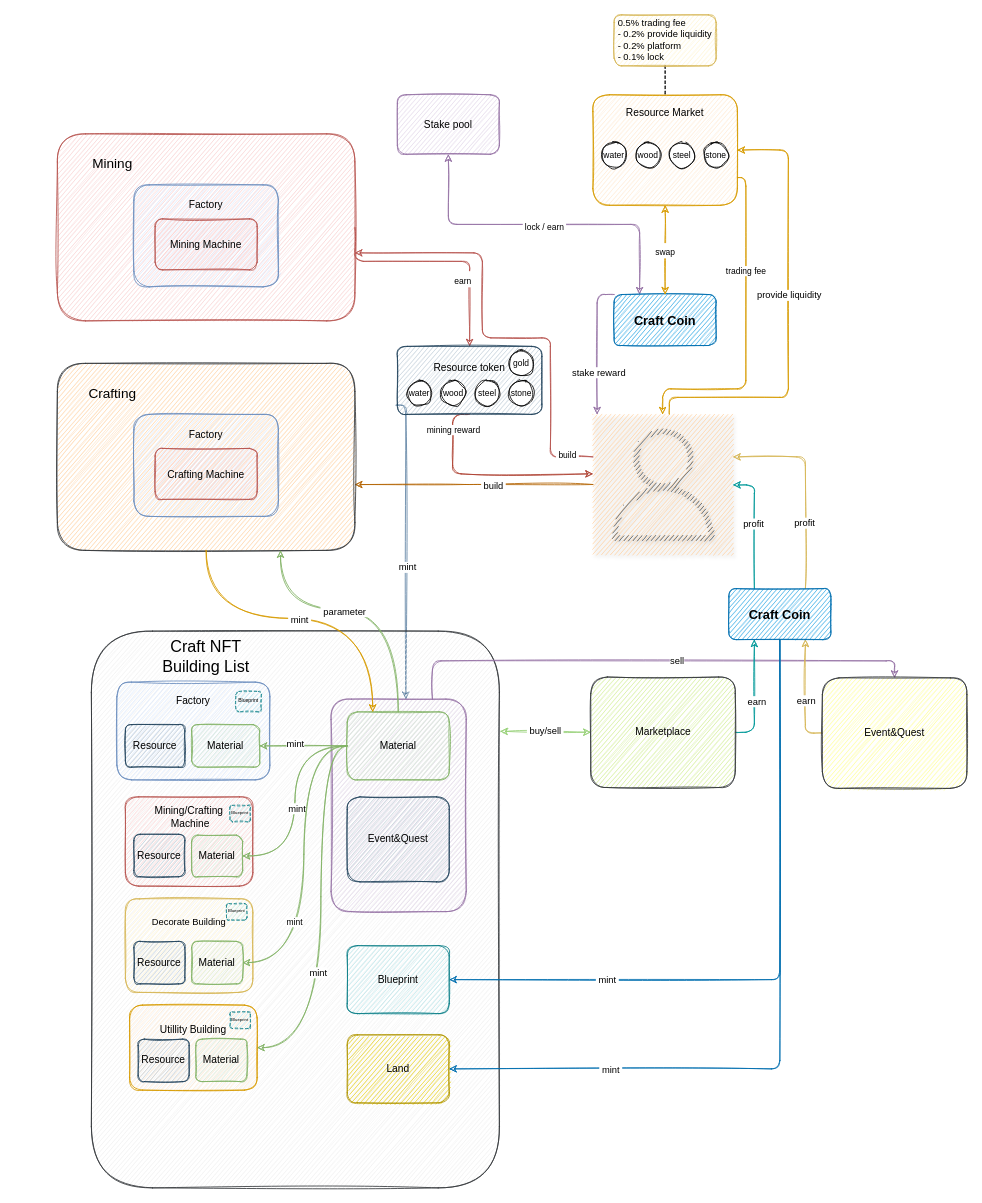
Above: Craft Defi Ecosystem.drawio in memberteen/craftdefi-ecosystem (draw.io), before the change. Source tidied: cells renumbered, new cells numbered last; positions are measured from the earlier drawing's top-left corner, leaving out a move shared by most shapes. Both pictures are drawn from the tidied source at 85%, with x=0, y=0 at pixel (57, 14).
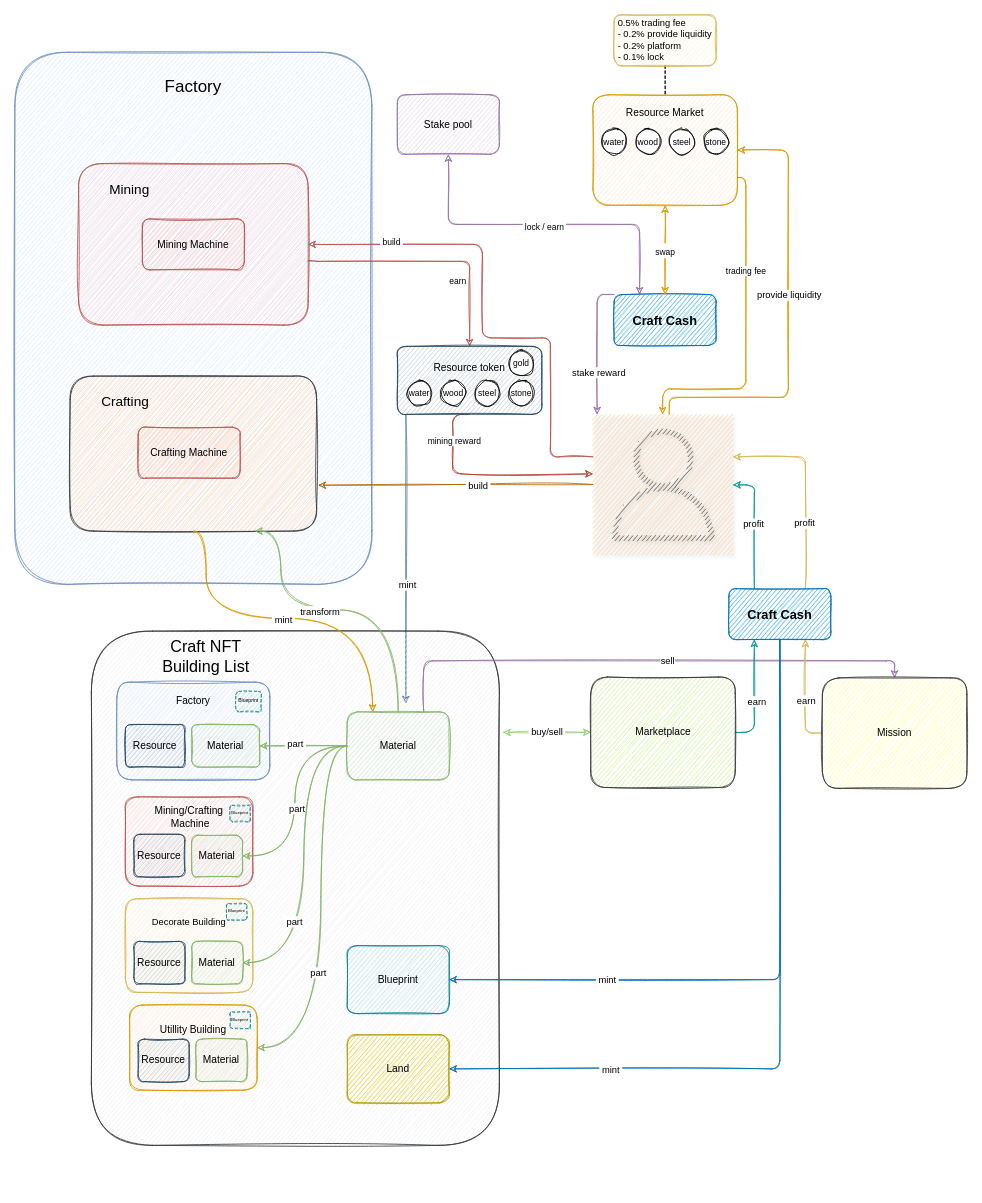
After the change.

Unchanged cells that the change refers to:
```xml
<mxCell id="12" style="sketch=1;outlineConnect=0;strokeColor=#36393d;fillColor=#ffcc99;dashed=0;verticalLabelPosition=bottom;verticalAlign=top;align=center;html=1;fontSize=12;fontStyle=0;shape=mxgraph.aws4.resourceIcon;resIcon=mxgraph.aws4.user;shadow=1;rounded=1;" parent="1" vertex="1">
  <mxGeometry x="630" y="470" width="165" height="165" as="geometry" />
</mxCell>
<mxCell id="32" style="edgeStyle=orthogonalEdgeStyle;rounded=1;jettySize=auto;html=1;exitX=0.5;exitY=1;exitDx=0;exitDy=0;fontSize=16;startArrow=none;startFill=0;fillColor=#fad9d5;strokeColor=#ae4132;sketch=1;" parent="1" edge="1" source="91" target="12">
  <mxGeometry relative="1" as="geometry">
    <Array as="points">
      <mxPoint x="465" y="540" />
    </Array>
  </mxGeometry>
</mxCell>
<mxCell id="53" style="edgeStyle=orthogonalEdgeStyle;rounded=1;jettySize=auto;html=1;exitX=0;exitY=0.5;exitDx=0;exitDy=0;entryX=1;entryY=0.5;entryDx=0;entryDy=0;fontSize=11;startArrow=none;startFill=0;endArrow=classic;endFill=1;strokeColor=#82b366;fillColor=#d5e8d4;curved=1;sketch=1;" parent="1" edge="1" source="63" target="41">
  <mxGeometry relative="1" as="geometry" />
</mxCell>
<mxCell id="55" style="edgeStyle=orthogonalEdgeStyle;curved=1;rounded=1;jettySize=auto;html=1;exitX=0.5;exitY=0;exitDx=0;exitDy=0;entryX=0.75;entryY=1;entryDx=0;entryDy=0;fontSize=11;startArrow=none;startFill=0;endArrow=classic;endFill=1;strokeColor=#82b366;fillColor=#d5e8d4;sketch=1;" parent="1" edge="1" source="63" target="46">
  <mxGeometry relative="1" as="geometry">
    <Array as="points">
      <mxPoint x="401" y="700" />
      <mxPoint x="263" y="700" />
    </Array>
  </mxGeometry>
</mxCell>
<mxCell id="57" style="rounded=1;jettySize=auto;html=1;exitX=0;exitY=0.5;exitDx=0;exitDy=0;entryX=1;entryY=0.5;entryDx=0;entryDy=0;edgeStyle=orthogonalEdgeStyle;curved=1;fillColor=#d5e8d4;strokeColor=#82b366;sketch=1;" parent="1" edge="1" source="63" target="82">
  <mxGeometry relative="1" as="geometry">
    <Array as="points">
      <mxPoint x="310" y="860" />
      <mxPoint x="310" y="1215" />
    </Array>
  </mxGeometry>
</mxCell>
<mxCell id="59" style="edgeStyle=orthogonalEdgeStyle;rounded=1;jettySize=auto;html=1;exitX=0;exitY=0.5;exitDx=0;exitDy=0;entryX=1;entryY=0.5;entryDx=0;entryDy=0;fillColor=#d5e8d4;strokeColor=#82b366;sketch=1;" parent="1" edge="1" source="63" target="38">
  <mxGeometry relative="1" as="geometry" />
</mxCell>
<mxCell id="61" style="edgeStyle=orthogonalEdgeStyle;rounded=1;jettySize=auto;html=1;exitX=0;exitY=0.5;exitDx=0;exitDy=0;entryX=1;entryY=0.5;entryDx=0;entryDy=0;fontSize=5;curved=1;fillColor=#d5e8d4;strokeColor=#82b366;sketch=1;" parent="1" edge="1" source="63" target="44">
  <mxGeometry relative="1" as="geometry">
    <Array as="points">
      <mxPoint x="290" y="860" />
      <mxPoint x="290" y="1115" />
    </Array>
  </mxGeometry>
</mxCell>
<mxCell id="63" value="Material" style="rounded=1;whiteSpace=wrap;html=1;fillColor=#d5e8d4;strokeColor=#82b366;sketch=1;" parent="1" vertex="1">
  <mxGeometry x="341" y="820" width="120" height="80" as="geometry" />
</mxCell>
<mxCell id="72" value="Marketplace" style="rounded=1;whiteSpace=wrap;html=1;fillColor=#cdeb8b;strokeColor=#36393d;sketch=1;" parent="1" vertex="1">
  <mxGeometry x="627.5" y="779" width="170" height="130" as="geometry" />
</mxCell>
<mxCell id="91" value="Resource token&lt;br&gt;&lt;br&gt;&lt;br&gt;" style="rounded=1;whiteSpace=wrap;html=1;fillColor=#bac8d3;strokeColor=#23445d;sketch=1;" parent="1" vertex="1">
  <mxGeometry x="400" y="390" width="170" height="80" as="geometry" />
</mxCell>
```

Change to the diagram source:
```diff
@@
+    <mxCell id="30" value="&lt;font style=&quot;font-size: 20px&quot;&gt;Factory&lt;/font&gt;&lt;br&gt;&lt;br&gt;&lt;br&gt;&lt;br&gt;&lt;br&gt;&lt;br&gt;&lt;br&gt;&lt;br&gt;&lt;br&gt;&lt;br&gt;&lt;br&gt;&lt;br&gt;&lt;br&gt;&lt;br&gt;&lt;br&gt;&lt;br&gt;&lt;br&gt;&lt;br&gt;&lt;br&gt;&lt;br&gt;&lt;br&gt;&lt;br&gt;&lt;br&gt;&lt;br&gt;&lt;br&gt;&lt;br&gt;&lt;br&gt;&lt;br&gt;&lt;br&gt;&lt;br&gt;&lt;br&gt;&lt;br&gt;&lt;br&gt;&lt;br&gt;&lt;br&gt;&lt;br&gt;&lt;br&gt;&lt;br&gt;&lt;br&gt;" style="rounded=1;whiteSpace=wrap;html=1;fillColor=#dae8fc;strokeColor=#6c8ebf;sketch=1;" parent="1" vertex="1">
+      <mxGeometry x="-50" y="44" width="420" height="626" as="geometry" />
+    </mxCell>
-    <mxCell id="2" style="edgeStyle=orthogonalEdgeStyle;rounded=1;jettySize=auto;html=1;fontSize=11;startArrow=none;startFill=0;endArrow=classic;endFill=1;strokeColor=#5F82A3;exitX=-0.009;exitY=0.865;exitDx=0;exitDy=0;exitPerimeter=0;sketch=1;" parent="1" edge="1" source="91" target="52">
+    <mxCell id="2" style="edgeStyle=orthogonalEdgeStyle;rounded=1;orthogonalLoop=1;jettySize=auto;html=1;fontSize=11;startArrow=none;startFill=0;endArrow=classic;endFill=1;strokeColor=#5F82A3;sketch=1;" parent="1" edge="1">
       <mxGeometry relative="1" as="geometry">
-        <Array as="points">
-          <mxPoint x="410" y="459" />
-        </Array>
+        <mxPoint x="410" y="470" as="sourcePoint" />
+        <mxPoint x="410" y="810" as="targetPoint" />
       </mxGeometry>
     </mxCell>
@@
-    <mxCell id="7" value="&lt;b&gt;&lt;font style=&quot;font-size: 15px&quot; color=&quot;#000000&quot;&gt;Craft Coin&lt;/font&gt;&lt;/b&gt;" style="rounded=1;whiteSpace=wrap;html=1;fillColor=#1ba1e2;fontColor=#ffffff;strokeColor=#006EAF;sketch=1;" parent="1" vertex="1">
+    <mxCell id="7" value="&lt;b&gt;&lt;font style=&quot;font-size: 15px&quot; color=&quot;#000000&quot;&gt;Craft Cash&lt;/font&gt;&lt;/b&gt;" style="rounded=1;whiteSpace=wrap;html=1;fillColor=#1ba1e2;fontColor=#ffffff;strokeColor=#006EAF;sketch=1;" parent="1" vertex="1">
       <mxGeometry x="655" y="329" width="120" height="60" as="geometry" />
     </mxCell>
@@
-    <mxCell id="10" style="edgeStyle=orthogonalEdgeStyle;rounded=1;jettySize=auto;html=1;entryX=1;entryY=0.648;entryDx=0;entryDy=0;entryPerimeter=0;fontSize=11;startArrow=none;startFill=0;endArrow=classic;endFill=1;strokeColor=#b46504;fillColor=#fad7ac;sketch=1;" parent="1" edge="1" source="12" target="46">
+    <mxCell id="10" style="edgeStyle=orthogonalEdgeStyle;rounded=1;jettySize=auto;html=1;fontSize=11;startArrow=none;startFill=0;endArrow=classic;endFill=1;strokeColor=#b46504;fillColor=#fad7ac;sketch=1;entryX=1.007;entryY=0.704;entryDx=0;entryDy=0;entryPerimeter=0;" parent="1" edge="1" source="12" target="46">
       <mxGeometry relative="1" as="geometry" />
     </mxCell>
@@
     <mxCell id="17" value="water" style="ellipse;whiteSpace=wrap;html=1;fontSize=10;sketch=1;rounded=1;" parent="1" vertex="1">
-      <mxGeometry x="640" y="150" width="30" height="30" as="geometry" />
+      <mxGeometry x="640" y="134" width="30" height="30" as="geometry" />
     </mxCell>
     <mxCell id="18" value="wood" style="ellipse;whiteSpace=wrap;html=1;fontSize=10;sketch=1;rounded=1;" parent="1" vertex="1">
-      <mxGeometry x="680" y="150" width="30" height="30" as="geometry" />
+      <mxGeometry x="680" y="134" width="30" height="30" as="geometry" />
     </mxCell>
     <mxCell id="19" value="steel" style="ellipse;whiteSpace=wrap;html=1;fontSize=10;sketch=1;rounded=1;" parent="1" vertex="1">
-      <mxGeometry x="720" y="150" width="30" height="30" as="geometry" />
+      <mxGeometry x="720" y="134" width="30" height="30" as="geometry" />
     </mxCell>
     <mxCell id="20" value="stone" style="ellipse;whiteSpace=wrap;html=1;fontSize=10;sketch=1;rounded=1;" parent="1" vertex="1">
-      <mxGeometry x="760" y="150" width="30" height="30" as="geometry" />
+      <mxGeometry x="760" y="134" width="30" height="30" as="geometry" />
     </mxCell>
@@
-    <mxCell id="24" style="edgeStyle=orthogonalEdgeStyle;rounded=1;jettySize=auto;html=1;exitX=1;exitY=0.5;exitDx=0;exitDy=0;entryX=0.5;entryY=0;entryDx=0;entryDy=0;fontSize=16;startArrow=none;startFill=0;fillColor=#f8cecc;strokeColor=#b85450;sketch=1;" parent="1" edge="1" source="28" target="91">
+    <mxCell id="24" style="edgeStyle=orthogonalEdgeStyle;rounded=1;jettySize=auto;html=1;exitX=1;exitY=0.6;exitDx=0;exitDy=0;entryX=0.5;entryY=0;entryDx=0;entryDy=0;fontSize=16;startArrow=none;startFill=0;fillColor=#f8cecc;strokeColor=#b85450;sketch=1;exitPerimeter=0;" parent="1" edge="1" source="28" target="91">
       <mxGeometry relative="1" as="geometry">
         <Array as="points">
-          <mxPoint x="350" y="290" />
           <mxPoint x="485" y="290" />
         </Array>
       </mxGeometry>
     </mxCell>
@@
-    <mxCell id="26" style="edgeStyle=orthogonalEdgeStyle;rounded=1;jettySize=auto;html=1;fontSize=10;startArrow=classic;startFill=1;endArrow=none;endFill=0;fillColor=#f8cecc;strokeColor=#b85450;sketch=1;" parent="1" edge="1" target="12">
+    <mxCell id="26" style="edgeStyle=orthogonalEdgeStyle;rounded=1;jettySize=auto;html=1;fontSize=10;startArrow=classic;startFill=1;endArrow=none;endFill=0;fillColor=#f8cecc;strokeColor=#b85450;sketch=1;exitX=1;exitY=0.5;exitDx=0;exitDy=0;" parent="1" edge="1" source="28" target="12">
       <mxGeometry relative="1" as="geometry">
-        <mxPoint x="350" y="280" as="sourcePoint" />
         <Array as="points">
-          <mxPoint x="500" y="280" />
+          <mxPoint x="500" y="270" />
           <mxPoint x="500" y="380" />
           <mxPoint x="580" y="380" />
           <mxPoint x="580" y="520" />
         </Array>
       </mxGeometry>
     </mxCell>
-    <mxCell id="27" value="&amp;nbsp;build&amp;nbsp;" style="edgeLabel;html=1;align=center;verticalAlign=middle;fontSize=10;sketch=1;rounded=1;" parent="26" vertex="1">
-      <mxGeometry x="0.88" y="3" relative="1" as="geometry" />
+    <mxCell id="27" value="&lt;span style=&quot;font-size: 10px&quot;&gt;&amp;nbsp;build&amp;nbsp;&lt;/span&gt;" style="edgeLabel;html=1;align=center;verticalAlign=middle;" parent="26" vertex="1">
+      <mxGeometry x="-0.67" y="4" relative="1" as="geometry" />
     </mxCell>
     <mxCell id="28" value="&lt;div style=&quot;text-align: left&quot;&gt;&lt;br&gt;&lt;/div&gt;" style="rounded=1;whiteSpace=wrap;html=1;fillColor=#f8cecc;strokeColor=#b85450;sketch=1;" parent="1" vertex="1">
-      <mxGeometry y="140" width="350" height="220" as="geometry" />
+      <mxGeometry x="25" y="175" width="270" height="190" as="geometry" />
     </mxCell>
     <mxCell id="29" value="&lt;font style=&quot;font-size: 16px;&quot;&gt;Mining&lt;/font&gt;" style="text;html=1;strokeColor=none;fillColor=none;align=center;verticalAlign=middle;whiteSpace=wrap;rounded=1;fontSize=16;sketch=1;" parent="1" vertex="1">
-      <mxGeometry x="10" y="160" width="110" height="30" as="geometry" />
+      <mxGeometry x="30" y="190" width="110" height="30" as="geometry" />
     </mxCell>
-    <mxCell id="30" value="Factory&lt;br&gt;&lt;br&gt;&lt;br&gt;&lt;br&gt;&lt;br&gt;&lt;br&gt;" style="rounded=1;whiteSpace=wrap;html=1;fillColor=#dae8fc;strokeColor=#6c8ebf;sketch=1;" parent="1" vertex="1">
-      <mxGeometry x="90" y="200" width="170" height="120" as="geometry" />
-    </mxCell>
     <mxCell id="31" value="&lt;span style=&quot;font-size: 12px&quot;&gt;Mining Machine&lt;/span&gt;" style="rounded=1;whiteSpace=wrap;html=1;fontSize=13;fillColor=#f8cecc;strokeColor=#b85450;sketch=1;" parent="1" vertex="1">
-      <mxGeometry x="115" y="240" width="120" height="60" as="geometry" />
+      <mxGeometry x="100" y="240" width="120" height="60" as="geometry" />
     </mxCell>
@@
     <mxCell id="33" value="mining reward" style="edgeLabel;html=1;align=center;verticalAlign=middle;fontSize=10;sketch=1;rounded=1;" parent="32" vertex="1">
       <mxGeometry x="-0.83" y="2" relative="1" as="geometry">
-        <mxPoint x="-2" y="15" as="offset" />
+        <mxPoint x="-1" y="28" as="offset" />
       </mxGeometry>
     </mxCell>
-    <mxCell id="34" value="&amp;nbsp;buy/sell&amp;nbsp;" style="rounded=1;jettySize=auto;html=1;exitX=1.002;exitY=0.18;exitDx=0;exitDy=0;entryX=0;entryY=0.5;entryDx=0;entryDy=0;fontSize=11;startArrow=classic;startFill=1;endArrow=classic;endFill=1;strokeColor=#97D077;exitPerimeter=0;sketch=1;" parent="1" edge="1" source="35" target="72">
+    <mxCell id="34" value="&amp;nbsp;buy/sell&amp;nbsp;" style="rounded=1;jettySize=auto;html=1;exitX=1.009;exitY=0.197;exitDx=0;exitDy=0;entryX=0;entryY=0.5;entryDx=0;entryDy=0;fontSize=11;startArrow=classic;startFill=1;endArrow=classic;endFill=1;strokeColor=#97D077;exitPerimeter=0;sketch=1;" parent="1" edge="1" source="35" target="72">
       <mxGeometry relative="1" as="geometry" />
     </mxCell>
     <mxCell id="35" style="rounded=1;whiteSpace=wrap;html=1;sketch=1;fillColor=#eeeeee;strokeColor=#36393d;" parent="1" vertex="1">
-      <mxGeometry x="40" y="725" width="480" height="655" as="geometry" />
+      <mxGeometry x="40" y="725" width="480" height="605" as="geometry" />
     </mxCell>
@@
     <mxCell id="46" value="&lt;div style=&quot;text-align: left&quot;&gt;&lt;br&gt;&lt;/div&gt;" style="rounded=1;whiteSpace=wrap;html=1;fillColor=#ffcc99;strokeColor=#36393d;sketch=1;" parent="1" vertex="1">
-      <mxGeometry y="410" width="350" height="220" as="geometry" />
+      <mxGeometry x="15" y="425" width="290" height="182.3" as="geometry" />
     </mxCell>
     <mxCell id="47" value="&lt;font style=&quot;font-size: 16px&quot;&gt;Crafting&lt;/font&gt;" style="text;html=1;strokeColor=none;fillColor=none;align=center;verticalAlign=middle;whiteSpace=wrap;rounded=1;fontSize=16;sketch=1;" parent="1" vertex="1">
-      <mxGeometry x="10" y="430" width="110" height="30" as="geometry" />
+      <mxGeometry x="25" y="440" width="110" height="30" as="geometry" />
     </mxCell>
-    <mxCell id="48" value="Factory&lt;br&gt;&lt;br&gt;&lt;br&gt;&lt;br&gt;&lt;br&gt;&lt;br&gt;" style="rounded=1;whiteSpace=wrap;html=1;fillColor=#dae8fc;strokeColor=#6c8ebf;sketch=1;" parent="1" vertex="1">
-      <mxGeometry x="90" y="470" width="170" height="120" as="geometry" />
-    </mxCell>
     <mxCell id="49" value="&lt;span style=&quot;font-size: 12px&quot;&gt;Crafting Machine&lt;/span&gt;" style="rounded=1;whiteSpace=wrap;html=1;fontSize=13;fillColor=#f8cecc;strokeColor=#b85450;sketch=1;" parent="1" vertex="1">
-      <mxGeometry x="115" y="510" width="120" height="60" as="geometry" />
+      <mxGeometry x="95" y="485" width="120" height="60" as="geometry" />
     </mxCell>
-    <mxCell id="50" style="edgeStyle=orthogonalEdgeStyle;rounded=1;jettySize=auto;html=1;exitX=0.75;exitY=0;exitDx=0;exitDy=0;entryX=0.5;entryY=0;entryDx=0;entryDy=0;fontSize=11;startArrow=none;startFill=0;endArrow=classic;endFill=1;strokeColor=#9673a6;fillColor=#e1d5e7;sketch=1;" parent="1" edge="1" source="52" target="69">
+    <mxCell id="50" style="edgeStyle=orthogonalEdgeStyle;rounded=1;jettySize=auto;html=1;exitX=0.75;exitY=0;exitDx=0;exitDy=0;entryX=0.5;entryY=0;entryDx=0;entryDy=0;fontSize=11;startArrow=none;startFill=0;endArrow=classic;endFill=1;strokeColor=#9673a6;fillColor=#e1d5e7;sketch=1;" parent="1" edge="1" source="63" target="69">
       <mxGeometry relative="1" as="geometry" />
     </mxCell>
@@
-    <mxCell id="52" style="rounded=1;whiteSpace=wrap;html=1;fillColor=#e1d5e7;strokeColor=#9673a6;sketch=1;" parent="1" vertex="1">
-      <mxGeometry x="322" y="805" width="159" height="250" as="geometry" />
-    </mxCell>
@@
-    <mxCell id="54" value="mint" style="edgeLabel;html=1;align=center;verticalAlign=middle;fontSize=11;sketch=1;rounded=1;" parent="53" vertex="1">
+    <mxCell id="54" value="&amp;nbsp;part&amp;nbsp;" style="edgeLabel;html=1;align=center;verticalAlign=middle;fontSize=11;sketch=1;rounded=1;" parent="53" vertex="1">
       <mxGeometry x="0.07" y="2" relative="1" as="geometry" />
     </mxCell>
@@
-    <mxCell id="56" value="&amp;nbsp;parameter&amp;nbsp;" style="edgeLabel;html=1;align=center;verticalAlign=middle;fontSize=11;sketch=1;rounded=1;" parent="55" vertex="1">
+    <mxCell id="56" value="transform" style="edgeLabel;html=1;align=center;verticalAlign=middle;fontSize=11;sketch=1;rounded=1;" parent="55" vertex="1">
       <mxGeometry x="0.12" y="1" relative="1" as="geometry" />
     </mxCell>
@@
-    <mxCell id="58" value="mint" style="edgeLabel;html=1;align=center;verticalAlign=middle;sketch=1;rounded=1;" parent="57" vertex="1">
+    <mxCell id="58" value="&amp;nbsp;part&amp;nbsp;" style="edgeLabel;html=1;align=center;verticalAlign=middle;sketch=1;rounded=1;" parent="57" vertex="1">
       <mxGeometry x="0.29" y="-4" relative="1" as="geometry" />
     </mxCell>
@@
-    <mxCell id="60" value="mint" style="edgeLabel;html=1;align=center;verticalAlign=middle;sketch=1;rounded=1;" parent="59" vertex="1">
+    <mxCell id="60" value="&amp;nbsp;part&amp;nbsp;" style="edgeLabel;html=1;align=center;verticalAlign=middle;sketch=1;rounded=1;" parent="59" vertex="1">
       <mxGeometry x="0.21" y="-3" relative="1" as="geometry" />
     </mxCell>
@@
-    <mxCell id="62" value="&lt;font size=&quot;1&quot;&gt;mint&lt;/font&gt;" style="edgeLabel;html=1;align=center;verticalAlign=middle;fontSize=5;sketch=1;rounded=1;" parent="61" vertex="1">
+    <mxCell id="62" value="&lt;span style=&quot;font-size: 11px&quot;&gt;&amp;nbsp;part&amp;nbsp;&lt;/span&gt;" style="edgeLabel;html=1;align=center;verticalAlign=middle;fontSize=5;sketch=1;rounded=1;" parent="61" vertex="1">
       <mxGeometry x="0.36" y="-12" relative="1" as="geometry" />
     </mxCell>
@@
-    <mxCell id="64" value="Event&amp;amp;Quest" style="rounded=1;whiteSpace=wrap;html=1;fillColor=#bac8d3;strokeColor=#23445d;sketch=1;" parent="1" vertex="1">
-      <mxGeometry x="341" y="920" width="120" height="100" as="geometry" />
-    </mxCell>
@@
-    <mxCell id="69" value="Event&amp;amp;Quest" style="rounded=1;whiteSpace=wrap;html=1;fillColor=#ffff88;strokeColor=#36393d;sketch=1;" parent="1" vertex="1">
+    <mxCell id="69" value="Mission" style="rounded=1;whiteSpace=wrap;html=1;fillColor=#ffff88;strokeColor=#36393d;sketch=1;" parent="1" vertex="1">
       <mxGeometry x="900" y="780" width="170" height="130" as="geometry" />
     </mxCell>
@@
-    <mxCell id="81" value="&lt;b&gt;&lt;font style=&quot;font-size: 15px&quot; color=&quot;#000000&quot;&gt;Craft Coin&lt;/font&gt;&lt;/b&gt;" style="rounded=1;whiteSpace=wrap;html=1;fillColor=#1ba1e2;fontColor=#ffffff;strokeColor=#006EAF;sketch=1;" parent="1" vertex="1">
+    <mxCell id="81" value="&lt;b&gt;&lt;font color=&quot;#000000&quot; style=&quot;font-size: 15px&quot;&gt;Craft Cash&lt;/font&gt;&lt;/b&gt;" style="rounded=1;whiteSpace=wrap;html=1;fillColor=#1ba1e2;fontColor=#ffffff;strokeColor=#006EAF;sketch=1;" parent="1" vertex="1">
       <mxGeometry x="790" y="675" width="120" height="60" as="geometry" />
     </mxCell>
```
